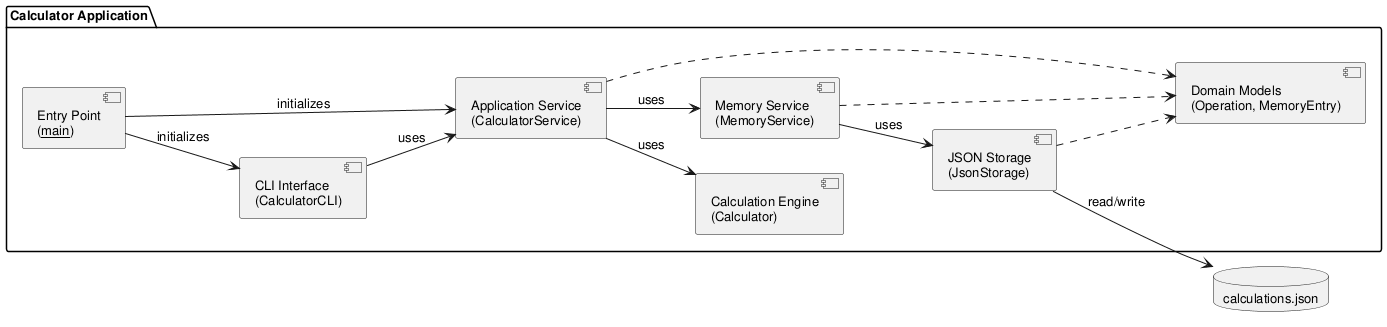
This is experiments/pipeline/user_stories/calculator/artifacts/component_diagram.png from DanielRiha8906/Software_autoevolution_using_agents, a PlantUML export, as it was before one commit.
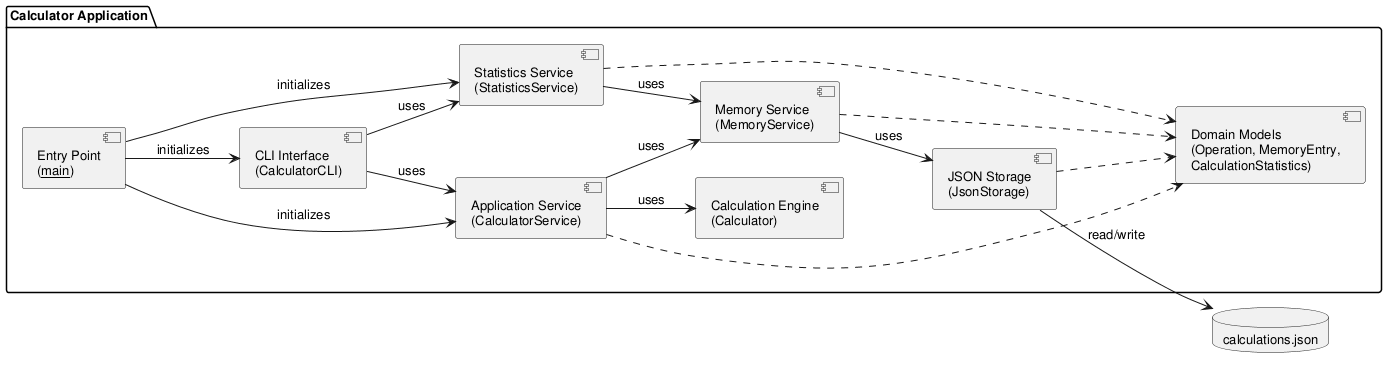
Above is the later version.

Diff of the diagram source:
```diff
@@ -9,20 +9,25 @@
     component "Entry Point\n(__main__)" as Main
     component "CLI Interface\n(CalculatorCLI)" as CLI
     component "Application Service\n(CalculatorService)" as Service
+    component "Statistics Service\n(StatisticsService)" as Statistics
     component "Calculation Engine\n(Calculator)" as Calc
     component "Memory Service\n(MemoryService)" as Memory
     component "JSON Storage\n(JsonStorage)" as Store
-    component "Domain Models\n(Operation, MemoryEntry)" as Models
+    component "Domain Models\n(Operation, MemoryEntry,\nCalculationStatistics)" as Models
 
     Main --> CLI : initializes
     Main --> Service : initializes
+    Main --> Statistics : initializes
 
     CLI --> Service : uses
+    CLI --> Statistics : uses
     Service --> Calc : uses
     Service --> Memory : uses
+    Statistics --> Memory : uses
     Memory --> Store : uses
 
     Service ..> Models
+    Statistics ..> Models
     Memory ..> Models
     Store ..> Models
 }
```
